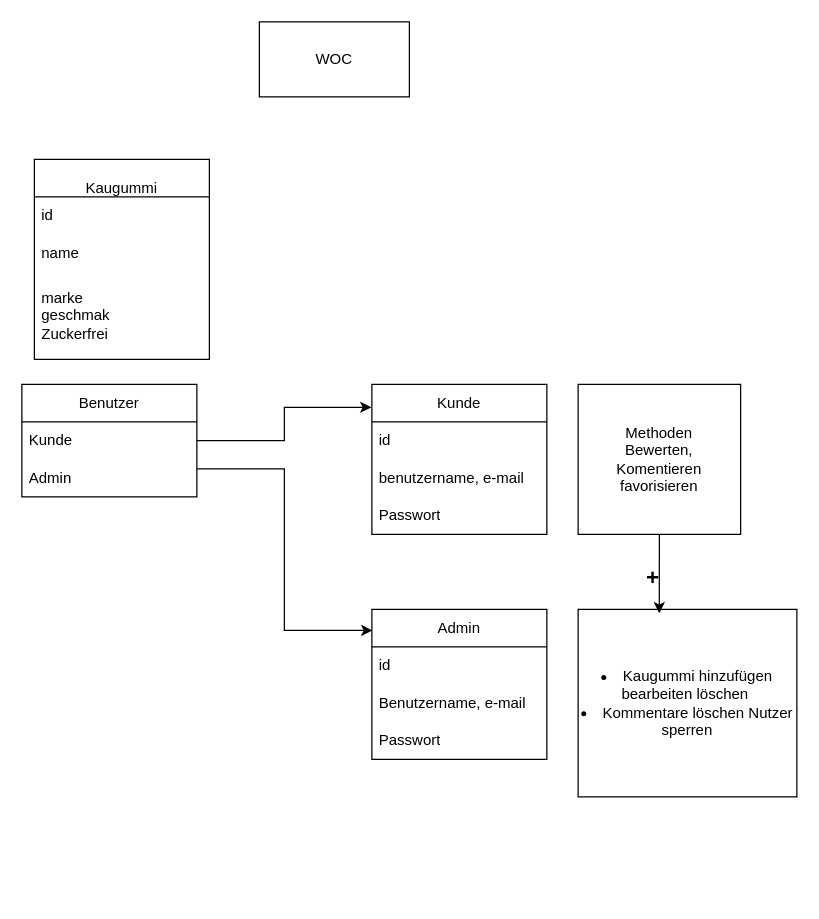
Vinci4600/World-of-Chewing-gum keeps this draw.io diagram as WOC.drawio. Above is the earlier version. Source tidied: cells renumbered, new cells numbered last; positions are measured from the earlier drawing's top-left corner, leaving out a move shared by most shapes. Both pictures are drawn from the tidied source at 125%, with x=0, y=0 at pixel (21, 21).
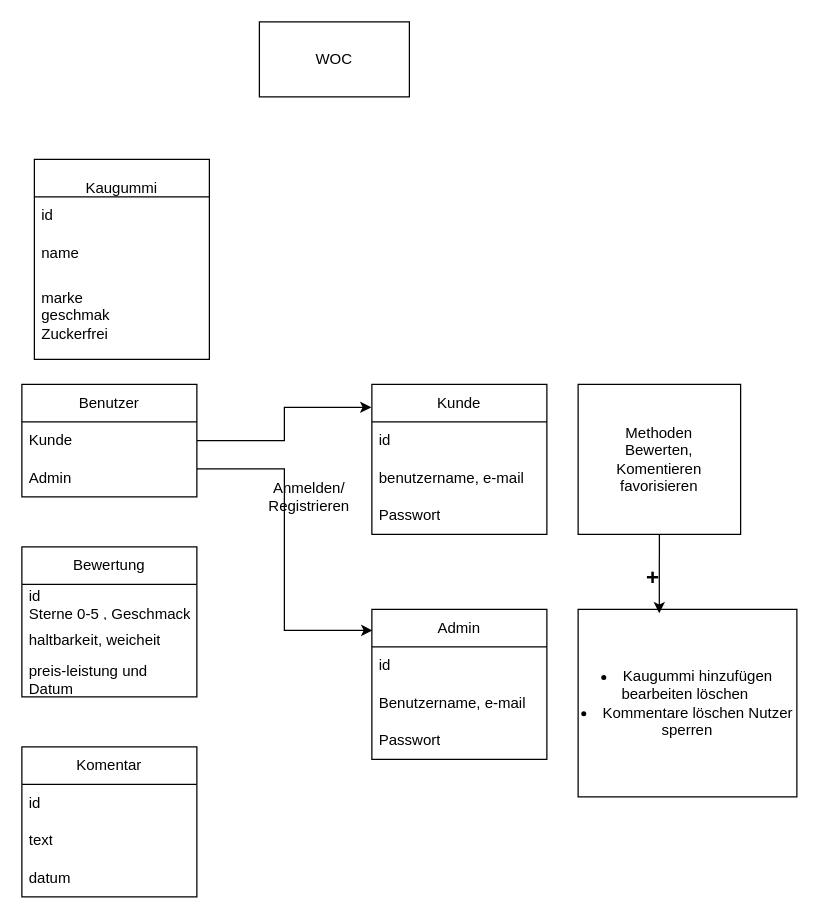
The same diagram, later.

The edit, as a diff of the source:
```diff
@@
+    <mxCell id="24" value="Bewertung" style="swimlane;fontStyle=0;horizontal=1;startSize=30;whiteSpace=wrap;html=1;" parent="1" vertex="1">
+      <mxGeometry y="420" width="140" height="120" as="geometry" />
+    </mxCell>
+    <mxCell id="25" value="&lt;div&gt;id&lt;/div&gt;Sterne 0-5 , Geschmack" style="text;strokeColor=none;fillColor=none;align=left;verticalAlign=middle;spacingLeft=4;spacingRight=4;overflow=hidden;whiteSpace=wrap;html=1;" parent="24" vertex="1">
+      <mxGeometry y="30" width="140" height="30" as="geometry" />
+    </mxCell>
+    <mxCell id="26" value="haltbarkeit, weicheit" style="text;strokeColor=none;fillColor=none;align=left;verticalAlign=middle;spacingLeft=4;spacingRight=4;overflow=hidden;whiteSpace=wrap;html=1;" parent="24" vertex="1">
+      <mxGeometry y="60" width="140" height="30" as="geometry" />
+    </mxCell>
+    <mxCell id="27" value="preis-leistung und Datum" style="text;strokeColor=none;fillColor=none;align=left;verticalAlign=middle;spacingLeft=4;spacingRight=4;overflow=hidden;whiteSpace=wrap;html=1;" parent="24" vertex="1">
+      <mxGeometry y="90" width="140" height="30" as="geometry" />
+    </mxCell>
+    <mxCell id="28" value="Komentar" style="swimlane;fontStyle=0;horizontal=1;startSize=30;whiteSpace=wrap;html=1;" parent="1" vertex="1">
+      <mxGeometry y="580" width="140" height="120" as="geometry" />
+    </mxCell>
+    <mxCell id="29" value="id" style="text;strokeColor=none;fillColor=none;align=left;verticalAlign=middle;spacingLeft=4;spacingRight=4;overflow=hidden;whiteSpace=wrap;html=1;" parent="28" vertex="1">
+      <mxGeometry y="30" width="140" height="30" as="geometry" />
+    </mxCell>
+    <mxCell id="30" value="text" style="text;strokeColor=none;fillColor=none;align=left;verticalAlign=middle;spacingLeft=4;spacingRight=4;overflow=hidden;whiteSpace=wrap;html=1;" parent="28" vertex="1">
+      <mxGeometry y="60" width="140" height="30" as="geometry" />
+    </mxCell>
+    <mxCell id="31" value="datum" style="text;strokeColor=none;fillColor=none;align=left;verticalAlign=middle;spacingLeft=4;spacingRight=4;overflow=hidden;whiteSpace=wrap;html=1;" parent="28" vertex="1">
+      <mxGeometry y="90" width="140" height="30" as="geometry" />
+    </mxCell>
+    <mxCell id="32" value="Anmelden/ Registrieren" style="text;html=1;whiteSpace=wrap;strokeColor=none;fillColor=none;align=center;verticalAlign=middle;rounded=0;" parent="1" vertex="1">
+      <mxGeometry x="180" y="360" width="100" height="40" as="geometry" />
+    </mxCell>
```
